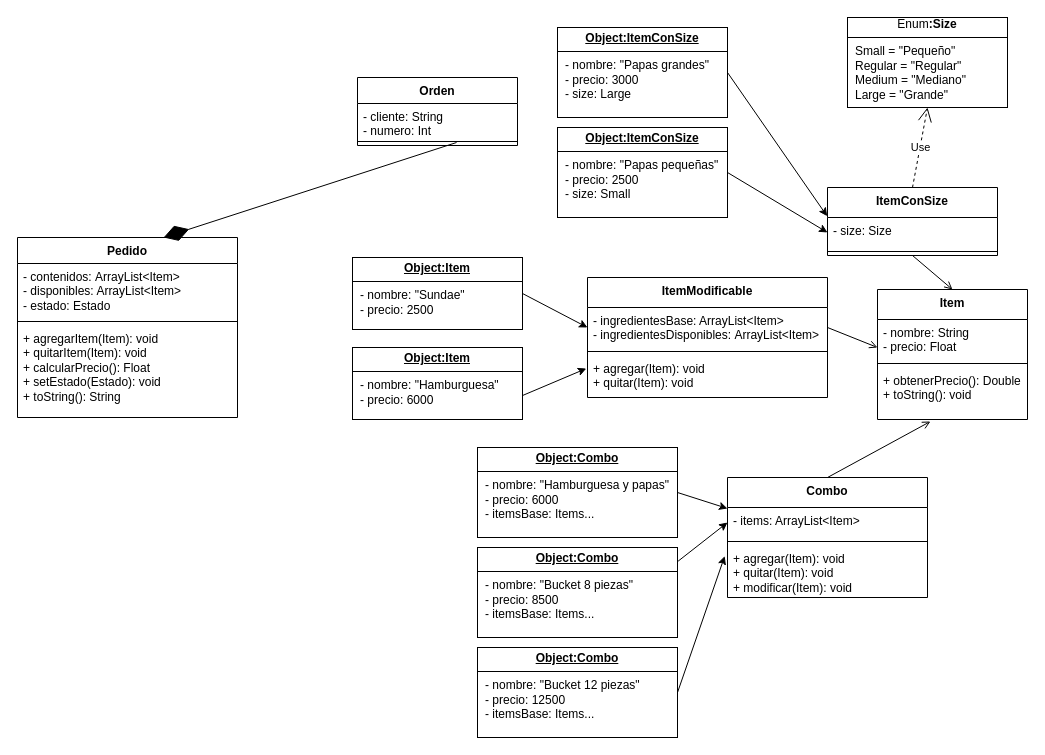
This is uml.drawio from Zasa-san/inspt-programacion2, a draw.io file, before an edit. Source tidied: cells renumbered, new cells numbered last; positions are measured from the earlier drawing's top-left corner, leaving out a move shared by most shapes. Both pictures are drawn from the tidied source at 100%, with x=0, y=0 at pixel (17, 17).
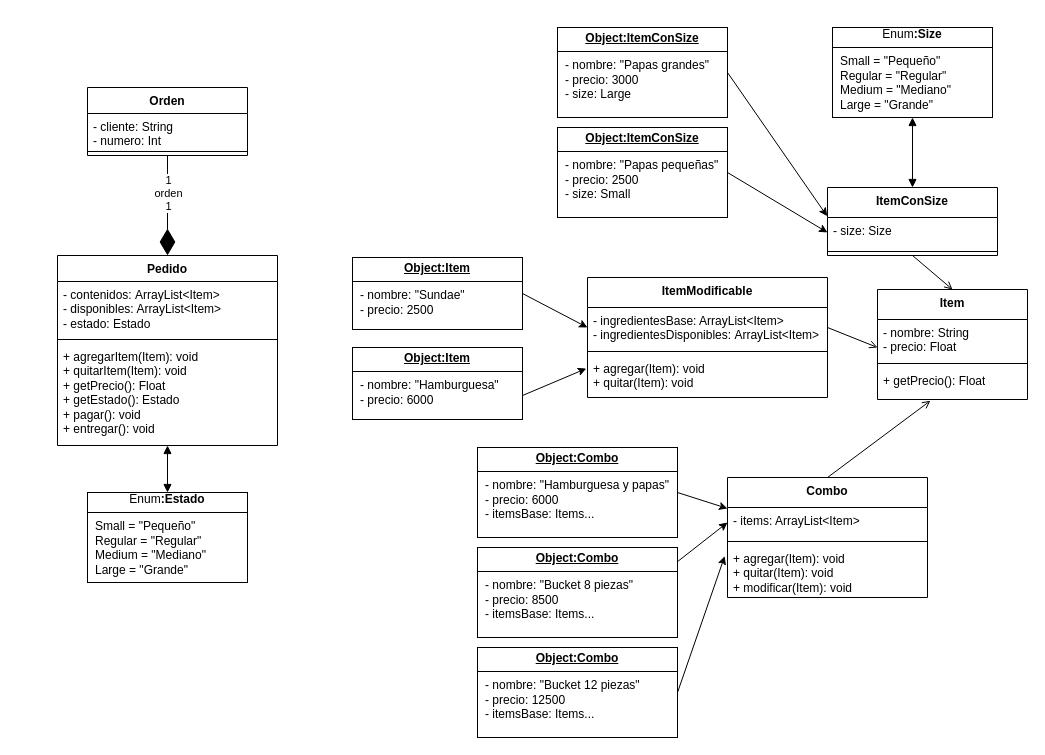
After the change.

Commit message (it also covers changes not shown here):
más uml, código para gestionar pedidos

The change refers to these unchanged cells:
```xml
<mxCell id="17" value="ItemConSize" style="swimlane;fontStyle=1;align=center;verticalAlign=top;horizontal=1;startSize=30;whiteSpace=wrap;html=1;" parent="1" vertex="1">
  <mxGeometry x="810" y="170" width="170" height="68" as="geometry" />
</mxCell>
<mxCell id="31" style="line;strokeWidth=1;fillColor=none;align=left;verticalAlign=middle;spacingTop=-1;spacingLeft=3;spacingRight=3;labelPosition=right;points=[];portConstraint=eastwest;strokeColor=inherit;" parent="29" vertex="1">
  <mxGeometry y="60" width="160" height="8" as="geometry" />
</mxCell>
```

The edit, as a diff of the source:
```diff
@@
     <mxCell id="2" value="Pedido" style="swimlane;fontStyle=1;align=center;verticalAlign=top;horizontal=1;startSize=26;whiteSpace=wrap;html=1;" parent="1" vertex="1">
-      <mxGeometry y="220" width="220" height="180" as="geometry" />
+      <mxGeometry x="40" y="238" width="220" height="190" as="geometry" />
     </mxCell>
@@
-    <mxCell id="5" value="&lt;div&gt;+ agregarItem(Item): void&lt;/div&gt;&lt;div&gt;+ quitarItem(Item): void&lt;/div&gt;&lt;div&gt;+ calcularPrecio(): Float&lt;/div&gt;&lt;div&gt;+ setEstado(Estado): void&lt;/div&gt;+ toString(): String" style="text;strokeColor=none;fillColor=none;align=left;verticalAlign=top;spacingLeft=4;spacingRight=4;overflow=hidden;points=[[0,0.5],[1,0.5]];portConstraint=eastwest;whiteSpace=wrap;html=1;" parent="2" vertex="1">
-      <mxGeometry y="88" width="220" height="92" as="geometry" />
+    <mxCell id="5" value="&lt;div&gt;+ agregarItem(Item): void&lt;/div&gt;&lt;div&gt;+ quitarItem(Item): void&lt;/div&gt;&lt;div&gt;+ getPrecio(): Float&lt;/div&gt;&lt;div&gt;+ getEstado(): Estado&lt;/div&gt;&lt;div&gt;+ pagar(): void&lt;/div&gt;&lt;div&gt;+ entregar(): void&lt;/div&gt;" style="text;strokeColor=none;fillColor=none;align=left;verticalAlign=top;spacingLeft=4;spacingRight=4;overflow=hidden;points=[[0,0.5],[1,0.5]];portConstraint=eastwest;whiteSpace=wrap;html=1;" parent="2" vertex="1">
+      <mxGeometry y="88" width="220" height="102" as="geometry" />
     </mxCell>
     <mxCell id="6" value="&lt;div align=&quot;center&quot;&gt;Enum&lt;b&gt;:Size&lt;/b&gt;&lt;/div&gt;&lt;hr size=&quot;1&quot; style=&quot;border-style:solid;&quot;&gt;&lt;p style=&quot;margin:0px;margin-left:8px;&quot;&gt;Small = &quot;Pequeño&quot;&lt;/p&gt;&lt;p style=&quot;margin:0px;margin-left:8px;&quot;&gt;Regular = &quot;Regular&quot;&lt;br&gt;Medium = &quot;Mediano&quot;&lt;br&gt;Large = &quot;Grande&quot;&lt;/p&gt;" style="verticalAlign=top;align=left;overflow=fill;html=1;whiteSpace=wrap;" parent="1" vertex="1">
-      <mxGeometry x="830" width="160" height="90" as="geometry" />
+      <mxGeometry x="815" y="10" width="160" height="90" as="geometry" />
     </mxCell>
@@
     <mxCell id="11" value="&lt;div&gt;Item&lt;/div&gt;" style="swimlane;fontStyle=1;align=center;verticalAlign=top;horizontal=1;startSize=30;whiteSpace=wrap;html=1;" parent="1" vertex="1">
-      <mxGeometry x="860" y="272" width="150" height="130" as="geometry" />
+      <mxGeometry x="860" y="272" width="150" height="110" as="geometry" />
     </mxCell>
@@
-    <mxCell id="14" value="&lt;div&gt;+ obtenerPrecio(): Double&lt;/div&gt;&lt;div&gt;+ toString(): void&lt;/div&gt;&lt;div&gt;&lt;br&gt;&lt;/div&gt;&lt;div&gt;&lt;br&gt;&lt;/div&gt;" style="text;strokeColor=none;fillColor=none;align=left;verticalAlign=top;spacingLeft=4;spacingRight=4;overflow=hidden;points=[[0,0.5],[1,0.5]];portConstraint=eastwest;whiteSpace=wrap;html=1;" parent="11" vertex="1">
-      <mxGeometry y="78" width="150" height="52" as="geometry" />
+    <mxCell id="14" value="&lt;div&gt;+ getPrecio(): Float&lt;/div&gt;&lt;div&gt;&lt;br&gt;&lt;/div&gt;&lt;div&gt;&lt;br&gt;&lt;/div&gt;" style="text;strokeColor=none;fillColor=none;align=left;verticalAlign=top;spacingLeft=4;spacingRight=4;overflow=hidden;points=[[0,0.5],[1,0.5]];portConstraint=eastwest;whiteSpace=wrap;html=1;" parent="11" vertex="1">
+      <mxGeometry y="78" width="150" height="32" as="geometry" />
     </mxCell>
@@
-    <mxCell id="22" value="Use" style="endArrow=open;endSize=12;dashed=1;html=1;rounded=0;exitX=0.5;exitY=0;exitDx=0;exitDy=0;entryX=0.5;entryY=1;entryDx=0;entryDy=0;" parent="1" edge="1" source="17" target="6">
-      <mxGeometry relative="1" as="geometry" />
-    </mxCell>
@@
     <mxCell id="29" value="&lt;div&gt;Orden&lt;/div&gt;" style="swimlane;fontStyle=1;align=center;verticalAlign=top;horizontal=1;startSize=26;whiteSpace=wrap;html=1;" parent="1" vertex="1">
-      <mxGeometry x="340" y="60" width="160" height="68" as="geometry" />
+      <mxGeometry x="70" y="70" width="160" height="68" as="geometry" />
     </mxCell>
@@
-    <mxCell id="32" style="endArrow=diamondThin;endFill=1;endSize=24;html=1;rounded=0;exitX=0.619;exitY=0.625;exitDx=0;exitDy=0;exitPerimeter=0;entryX=0.664;entryY=0;entryDx=0;entryDy=0;entryPerimeter=0;" parent="1" edge="1" source="31" target="2">
+    <mxCell id="32" style="endArrow=diamondThin;endFill=1;endSize=24;html=1;rounded=0;exitX=0.5;exitY=1;exitDx=0;exitDy=0;entryX=0.5;entryY=0;entryDx=0;entryDy=0;" parent="1" edge="1" source="29" target="2">
       <mxGeometry relative="1" as="geometry" />
     </mxCell>
+    <mxCell id="44" value="&lt;div&gt;1&lt;/div&gt;&lt;div&gt;orden&lt;/div&gt;&lt;div&gt;1&lt;/div&gt;" style="edgeLabel;html=1;align=center;verticalAlign=middle;" parent="32" vertex="1">
+      <mxGeometry x="-0.27" relative="1" as="geometry" />
+    </mxCell>
@@
+    <mxCell id="22" style="endArrow=block;startArrow=block;endFill=1;startFill=1;html=1;rounded=0;entryX=0.5;entryY=1;entryDx=0;entryDy=0;exitX=0.5;exitY=0;exitDx=0;exitDy=0;" parent="1" edge="1" source="17" target="6">
+      <mxGeometry relative="1" as="geometry" />
+    </mxCell>
+    <mxCell id="45" value="&lt;div align=&quot;center&quot;&gt;Enum&lt;b&gt;:Estado&lt;/b&gt;&lt;/div&gt;&lt;hr size=&quot;1&quot; style=&quot;border-style:solid;&quot;&gt;&lt;p style=&quot;margin:0px;margin-left:8px;&quot;&gt;Small = &quot;Pequeño&quot;&lt;/p&gt;&lt;p style=&quot;margin:0px;margin-left:8px;&quot;&gt;Regular = &quot;Regular&quot;&lt;br&gt;Medium = &quot;Mediano&quot;&lt;br&gt;Large = &quot;Grande&quot;&lt;/p&gt;" style="verticalAlign=top;align=left;overflow=fill;html=1;whiteSpace=wrap;" parent="1" vertex="1">
+      <mxGeometry x="70" y="475" width="160" height="90" as="geometry" />
+    </mxCell>
+    <mxCell id="46" style="endArrow=block;startArrow=block;endFill=1;startFill=1;html=1;rounded=0;exitX=0.5;exitY=0;exitDx=0;exitDy=0;" parent="1" edge="1" source="45" target="5">
+      <mxGeometry relative="1" as="geometry" />
+    </mxCell>
```
